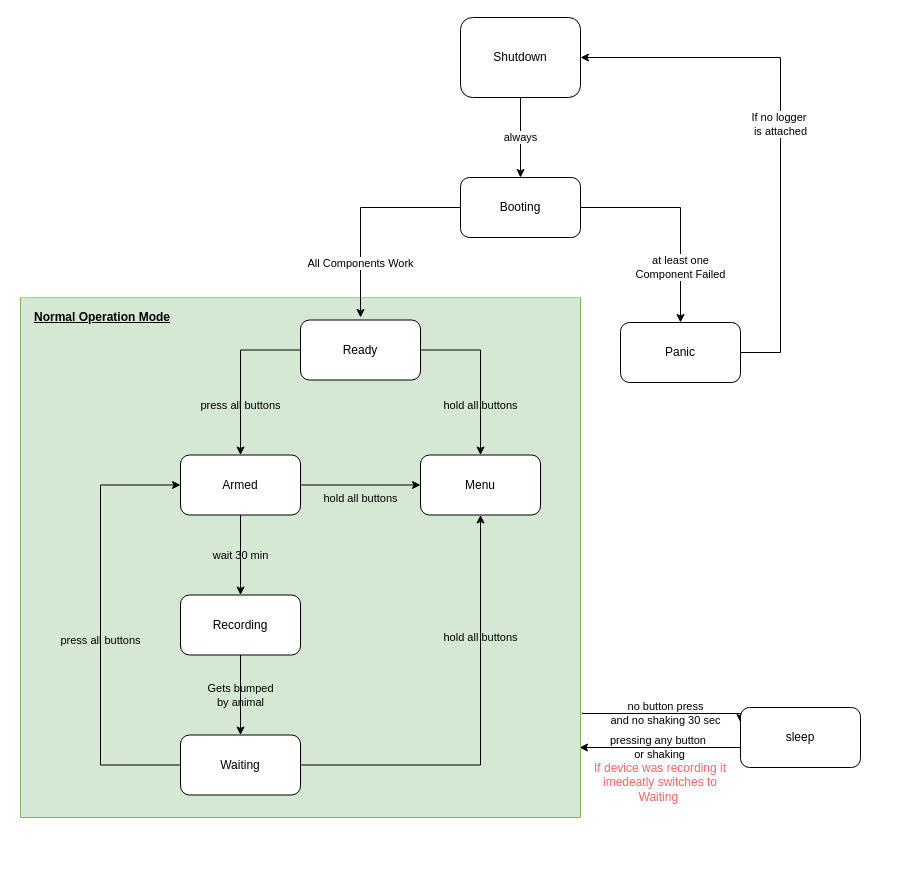
Earlier version of the draw.io diagram documentation/kernel-machine.drawio (WildUhr/WildUhr-ESP32). Source tidied: cells renumbered, new cells numbered last; positions are measured from the earlier drawing's top-left corner, leaving out a move shared by most shapes. Both pictures are drawn from the tidied source at 100%, with x=0, y=0 at pixel (17, 17).
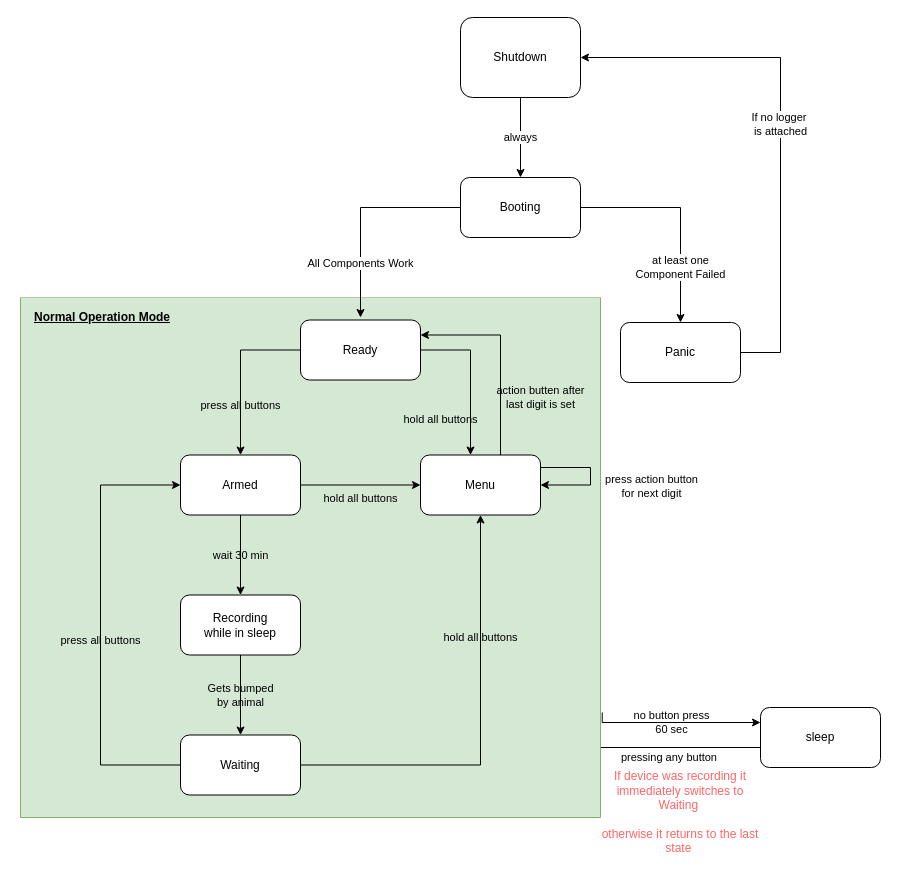
Above is the later version.

Commit message:
update controll diagramm

The change refers to these unchanged cells:
```xml
<mxCell id="12" value="Ready" style="whiteSpace=wrap;html=1;rounded=1;" parent="11" vertex="1">
  <mxGeometry x="280" y="22.5" width="120" height="60" as="geometry" />
</mxCell>
<mxCell id="15" value="Menu" style="whiteSpace=wrap;html=1;rounded=1;" parent="11" vertex="1">
  <mxGeometry x="400" y="157.5" width="120" height="60" as="geometry" />
</mxCell>
```

The edit, as a diff of the source:
```diff
@@
-    <mxCell id="8" value="pressing any button&amp;nbsp;&lt;br&gt;or shaking" style="edgeStyle=orthogonalEdgeStyle;rounded=0;jettySize=auto;html=1;labelBackgroundColor=none;fontFamily=Helvetica;" parent="1" edge="1" source="10">
-      <mxGeometry relative="1" as="geometry">
-        <mxPoint x="562" y="730" as="targetPoint" />
+    <mxCell id="8" value="pressing any button&amp;nbsp;" style="edgeStyle=orthogonalEdgeStyle;rounded=0;jettySize=auto;html=1;labelBackgroundColor=none;fontFamily=Helvetica;entryX=1;entryY=0.873;entryDx=0;entryDy=0;entryPerimeter=0;" parent="1" edge="1" source="10" target="11">
+      <mxGeometry x="-0.13" y="10" relative="1" as="geometry">
         <Array as="points">
           <mxPoint x="562" y="730" />
+          <mxPoint x="562" y="734" />
         </Array>
       </mxGeometry>
     </mxCell>
-    <mxCell id="9" value="no button press&lt;br&gt;and no shaking 30 sec" style="edgeStyle=orthogonalEdgeStyle;rounded=0;jettySize=auto;html=1;labelBackgroundColor=none;fontFamily=Helvetica;exitX=1.003;exitY=0.798;exitDx=0;exitDy=0;exitPerimeter=0;entryX=0;entryY=0.25;entryDx=0;entryDy=0;" parent="1" edge="1" source="11" target="10">
-      <mxGeometry relative="1" as="geometry">
+    <mxCell id="9" value="no button press&lt;br&gt;60 sec" style="edgeStyle=orthogonalEdgeStyle;rounded=0;jettySize=auto;html=1;labelBackgroundColor=none;fontFamily=Helvetica;exitX=1.003;exitY=0.798;exitDx=0;exitDy=0;exitPerimeter=0;entryX=0;entryY=0.25;entryDx=0;entryDy=0;" parent="1" edge="1" source="11" target="10">
+      <mxGeometry x="-0.06" relative="1" as="geometry">
         <Array as="points">
-          <mxPoint x="565" y="696" />
+          <mxPoint x="585" y="705" />
         </Array>
       </mxGeometry>
     </mxCell>
     <mxCell id="10" value="sleep" style="rounded=1;whiteSpace=wrap;html=1;" parent="1" vertex="1">
-      <mxGeometry x="723" y="690" width="120" height="60" as="geometry" />
+      <mxGeometry x="743" y="690" width="120" height="60" as="geometry" />
     </mxCell>
     <mxCell id="11" style="swimlane;startSize=0;fillColor=#D5E8D4;strokeColor=#82b366;glass=0;shadow=0;rounded=0;swimlaneFillColor=#D5E8D4;" parent="1" vertex="1">
-      <mxGeometry x="3" y="280" width="560" height="520" as="geometry" />
+      <mxGeometry x="3" y="280" width="580" height="520" as="geometry" />
     </mxCell>
@@
+    <mxCell id="27" value="action butten after &lt;br&gt;last digit is set" style="edgeStyle=orthogonalEdgeStyle;rounded=0;jettySize=auto;html=1;entryX=1;entryY=0.25;entryDx=0;entryDy=0;labelBackgroundColor=none;" parent="11" edge="1" source="15" target="12">
+      <mxGeometry x="-0.42" y="-40" relative="1" as="geometry">
+        <Array as="points">
+          <mxPoint x="480" y="38" />
+        </Array>
+      </mxGeometry>
+    </mxCell>
@@
     <mxCell id="16" value="hold all buttons" style="edgeStyle=orthogonalEdgeStyle;rounded=0;jettySize=auto;html=1;labelBackgroundColor=none;" parent="11" edge="1" source="12" target="15">
-      <mxGeometry x="0.39" relative="1" as="geometry">
+      <mxGeometry x="0.52" y="-30" relative="1" as="geometry">
         <Array as="points">
-          <mxPoint x="460" y="52.5" />
+          <mxPoint x="450" y="53" />
         </Array>
+        <mxPoint y="1" as="offset" />
       </mxGeometry>
     </mxCell>
@@
-    <mxCell id="18" value="Recording" style="whiteSpace=wrap;html=1;rounded=1;" parent="11" vertex="1">
+    <mxCell id="18" value="Recording&lt;br&gt;while in sleep" style="whiteSpace=wrap;html=1;rounded=1;" parent="11" vertex="1">
       <mxGeometry x="160" y="297.5" width="120" height="60" as="geometry" />
     </mxCell>
@@
+    <mxCell id="28" style="edgeStyle=orthogonalEdgeStyle;rounded=0;orthogonalLoop=1;jettySize=auto;html=1;entryX=1;entryY=0.5;entryDx=0;entryDy=0;" parent="11" edge="1" source="15" target="15">
+      <mxGeometry relative="1" as="geometry">
+        <Array as="points">
+          <mxPoint x="570" y="170" />
+          <mxPoint x="570" y="188" />
+        </Array>
+      </mxGeometry>
+    </mxCell>
+    <mxCell id="29" value="press action button &lt;br&gt;for next digit" style="edgeLabel;html=1;align=center;verticalAlign=middle;" parent="28" vertex="1">
+      <mxGeometry x="-0.64" y="-4" relative="1" as="geometry">
+        <mxPoint x="89" y="14" as="offset" />
+      </mxGeometry>
+    </mxCell>
@@
-    <mxCell id="26" value="If device was recording it imedeatly switches to Waiting&amp;nbsp;" style="text;html=1;align=center;verticalAlign=middle;whiteSpace=wrap;rounded=0;fontFamily=Helvetica;fillColor=none;fontColor=#FF6666;" parent="1" vertex="1">
-      <mxGeometry x="563" y="750" width="160" height="30" as="geometry" />
+    <mxCell id="26" value="If device was recording it immediately switches to Waiting&amp;nbsp;&lt;br&gt;&lt;br&gt;otherwise it returns to the last state&amp;nbsp;" style="text;html=1;align=center;verticalAlign=middle;whiteSpace=wrap;rounded=0;fontFamily=Helvetica;fillColor=none;fontColor=#FF6666;" parent="1" vertex="1">
+      <mxGeometry x="583" y="780" width="160" height="30" as="geometry" />
     </mxCell>
```
